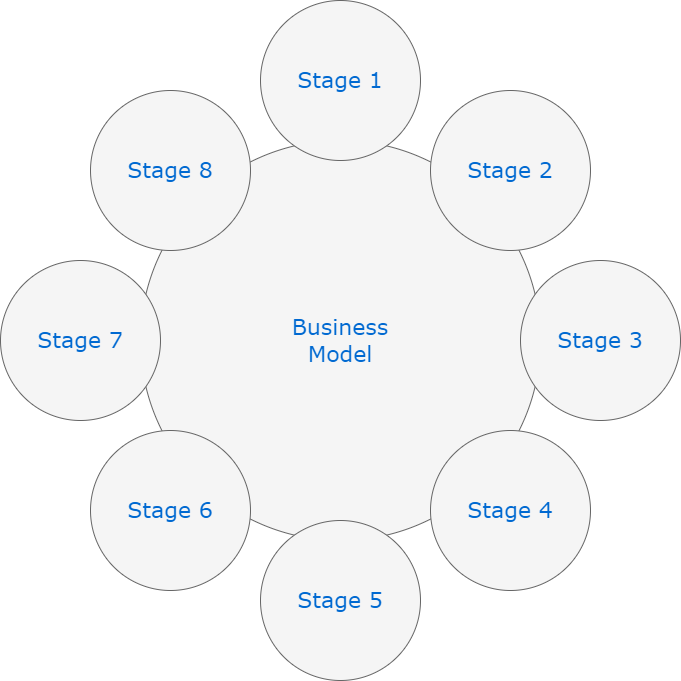
Earlier version of the draw.io export resources/Inventory Control System.png (Iann-urus/Inventory-Control-System). Source tidied: cells renumbered, new cells last; positions are measured from the earlier drawing's top-left corner, leaving out a move shared by most shapes.
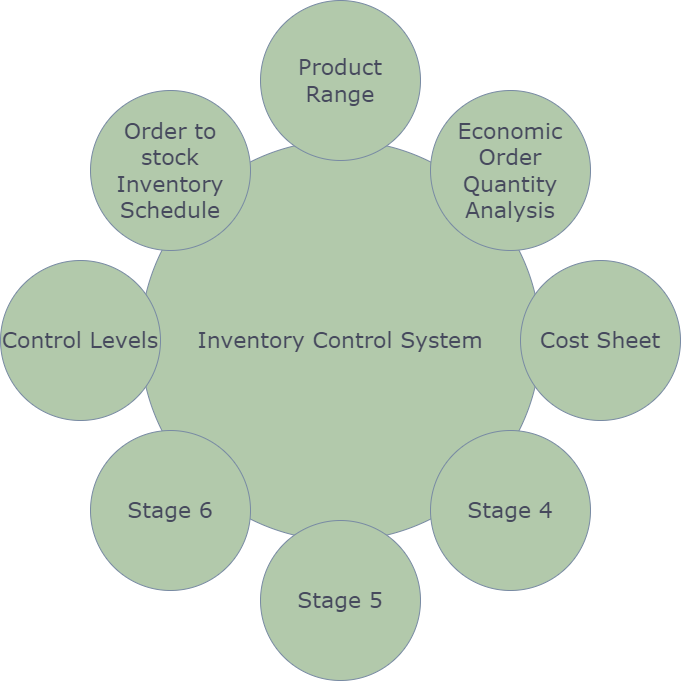
After the change.

The edit, as a diff of the source:
```diff
@@ -2,31 +2,31 @@
   <root>
     <mxCell id="0" />
     <mxCell id="1" parent="0" />
-    <mxCell id="2" value="Business&lt;div&gt;Model&lt;/div&gt;" style="ellipse;whiteSpace=wrap;html=1;rounded=0;shadow=0;dashed=0;comic=0;fontFamily=Verdana;fontSize=22;fontColor=#0069D1;fillColor=#f5f5f5;strokeColor=#666666;" parent="1" vertex="1">
+    <mxCell id="2" value="Inventory Control System" style="ellipse;whiteSpace=wrap;html=1;rounded=0;shadow=0;dashed=0;comic=0;fontFamily=Verdana;fontSize=22;fontColor=#46495D;fillColor=#B2C9AB;strokeColor=#788AA3;labelBackgroundColor=none;" parent="1" vertex="1">
       <mxGeometry x="140" y="140" width="400" height="400" as="geometry" />
     </mxCell>
-    <mxCell id="3" value="Stage 1" style="ellipse;whiteSpace=wrap;html=1;rounded=0;shadow=0;dashed=0;comic=0;fontFamily=Verdana;fontSize=22;fontColor=#0069D1;fillColor=#f5f5f5;strokeColor=#666666;" parent="1" vertex="1">
+    <mxCell id="3" value="Product Range" style="ellipse;whiteSpace=wrap;html=1;rounded=0;shadow=0;dashed=0;comic=0;fontFamily=Verdana;fontSize=22;fontColor=#46495D;fillColor=#B2C9AB;strokeColor=#788AA3;labelBackgroundColor=none;" parent="1" vertex="1">
       <mxGeometry x="260" width="160" height="160" as="geometry" />
     </mxCell>
-    <mxCell id="4" value="Stage 5" style="ellipse;whiteSpace=wrap;html=1;rounded=0;shadow=0;dashed=0;comic=0;fontFamily=Verdana;fontSize=22;fontColor=#0069D1;fillColor=#f5f5f5;strokeColor=#666666;" parent="1" vertex="1">
+    <mxCell id="4" value="Stage 5" style="ellipse;whiteSpace=wrap;html=1;rounded=0;shadow=0;dashed=0;comic=0;fontFamily=Verdana;fontSize=22;fontColor=#46495D;fillColor=#B2C9AB;strokeColor=#788AA3;labelBackgroundColor=none;" parent="1" vertex="1">
       <mxGeometry x="260" y="520" width="160" height="160" as="geometry" />
     </mxCell>
-    <mxCell id="5" value="Stage 3" style="ellipse;whiteSpace=wrap;html=1;rounded=0;shadow=0;dashed=0;comic=0;fontFamily=Verdana;fontSize=22;fontColor=#0069D1;fillColor=#f5f5f5;strokeColor=#666666;" parent="1" vertex="1">
+    <mxCell id="5" value="Cost Sheet" style="ellipse;whiteSpace=wrap;html=1;rounded=0;shadow=0;dashed=0;comic=0;fontFamily=Verdana;fontSize=22;fontColor=#46495D;fillColor=#B2C9AB;strokeColor=#788AA3;labelBackgroundColor=none;" parent="1" vertex="1">
       <mxGeometry x="520" y="260" width="160" height="160" as="geometry" />
     </mxCell>
-    <mxCell id="6" value="Stage 7" style="ellipse;whiteSpace=wrap;html=1;rounded=0;shadow=0;dashed=0;comic=0;fontFamily=Verdana;fontSize=22;fontColor=#0069D1;fillColor=#f5f5f5;strokeColor=#666666;" parent="1" vertex="1">
+    <mxCell id="6" value="Control Levels" style="ellipse;whiteSpace=wrap;html=1;rounded=0;shadow=0;dashed=0;comic=0;fontFamily=Verdana;fontSize=22;fontColor=#46495D;fillColor=#B2C9AB;strokeColor=#788AA3;labelBackgroundColor=none;" parent="1" vertex="1">
       <mxGeometry y="260" width="160" height="160" as="geometry" />
     </mxCell>
-    <mxCell id="7" value="Stage 8" style="ellipse;whiteSpace=wrap;html=1;rounded=0;shadow=0;dashed=0;comic=0;fontFamily=Verdana;fontSize=22;fontColor=#0069D1;fillColor=#f5f5f5;strokeColor=#666666;" parent="1" vertex="1">
+    <mxCell id="7" value="Order to stock Inventory Schedule" style="ellipse;whiteSpace=wrap;html=1;rounded=0;shadow=0;dashed=0;comic=0;fontFamily=Verdana;fontSize=22;fontColor=#46495D;fillColor=#B2C9AB;strokeColor=#788AA3;labelBackgroundColor=none;" parent="1" vertex="1">
       <mxGeometry x="90" y="90" width="160" height="160" as="geometry" />
     </mxCell>
-    <mxCell id="8" value="Stage 2" style="ellipse;whiteSpace=wrap;html=1;rounded=0;shadow=0;dashed=0;comic=0;fontFamily=Verdana;fontSize=22;fontColor=#0069D1;fillColor=#f5f5f5;strokeColor=#666666;" parent="1" vertex="1">
+    <mxCell id="8" value="Economic Order Quantity Analysis" style="ellipse;whiteSpace=wrap;html=1;rounded=0;shadow=0;dashed=0;comic=0;fontFamily=Verdana;fontSize=22;fontColor=#46495D;fillColor=#B2C9AB;strokeColor=#788AA3;labelBackgroundColor=none;" parent="1" vertex="1">
       <mxGeometry x="430" y="90" width="160" height="160" as="geometry" />
     </mxCell>
-    <mxCell id="9" value="Stage 4" style="ellipse;whiteSpace=wrap;html=1;rounded=0;shadow=0;dashed=0;comic=0;fontFamily=Verdana;fontSize=22;fontColor=#0069D1;fillColor=#f5f5f5;strokeColor=#666666;" parent="1" vertex="1">
+    <mxCell id="9" value="Stage 4" style="ellipse;whiteSpace=wrap;html=1;rounded=0;shadow=0;dashed=0;comic=0;fontFamily=Verdana;fontSize=22;fontColor=#46495D;fillColor=#B2C9AB;strokeColor=#788AA3;labelBackgroundColor=none;" parent="1" vertex="1">
       <mxGeometry x="430" y="430" width="160" height="160" as="geometry" />
     </mxCell>
-    <mxCell id="10" value="Stage 6" style="ellipse;whiteSpace=wrap;html=1;rounded=0;shadow=0;dashed=0;comic=0;fontFamily=Verdana;fontSize=22;fontColor=#0069D1;fillColor=#f5f5f5;strokeColor=#666666;" parent="1" vertex="1">
+    <mxCell id="10" value="Stage 6" style="ellipse;whiteSpace=wrap;html=1;rounded=0;shadow=0;dashed=0;comic=0;fontFamily=Verdana;fontSize=22;fontColor=#46495D;fillColor=#B2C9AB;strokeColor=#788AA3;labelBackgroundColor=none;" parent="1" vertex="1">
       <mxGeometry x="90" y="430" width="160" height="160" as="geometry" />
     </mxCell>
   </root>
```
